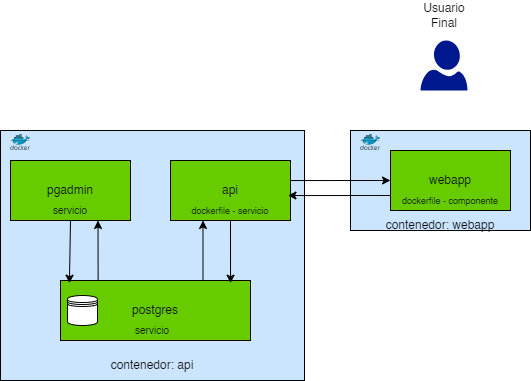
Above: assets/diagrama.png in Joules17/prueba-celsia-internet (draw.io), before the change. Source tidied: cells renumbered, new cells last; positions are measured from the earlier drawing's top-left corner, leaving out a move shared by most shapes.
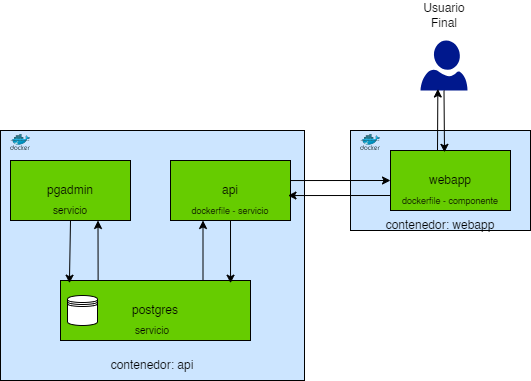
The same file after the commit.

What changed in the source:
```diff
@@ -71,5 +71,13 @@
     <mxCell id="24" value="Usuario Final" style="text;html=1;align=center;verticalAlign=middle;whiteSpace=wrap;rounded=0;" parent="1" vertex="1">
       <mxGeometry x="413.5" width="60" height="30" as="geometry" />
     </mxCell>
+    <mxCell id="25" style="endArrow=classic;html=1;rounded=0;entryX=0.369;entryY=0.97;entryDx=0;entryDy=0;entryPerimeter=0;" parent="1" edge="1" target="3">
+      <mxGeometry relative="1" as="geometry">
+        <mxPoint x="437" y="150" as="sourcePoint" />
+      </mxGeometry>
+    </mxCell>
+    <mxCell id="26" style="endArrow=classic;html=1;rounded=0;exitX=0.5;exitY=1;exitDx=0;exitDy=0;exitPerimeter=0;entryX=0.45;entryY=0.031;entryDx=0;entryDy=0;entryPerimeter=0;" parent="1" edge="1" source="3" target="4">
+      <mxGeometry relative="1" as="geometry" />
+    </mxCell>
   </root>
 </mxGraphModel>
```
